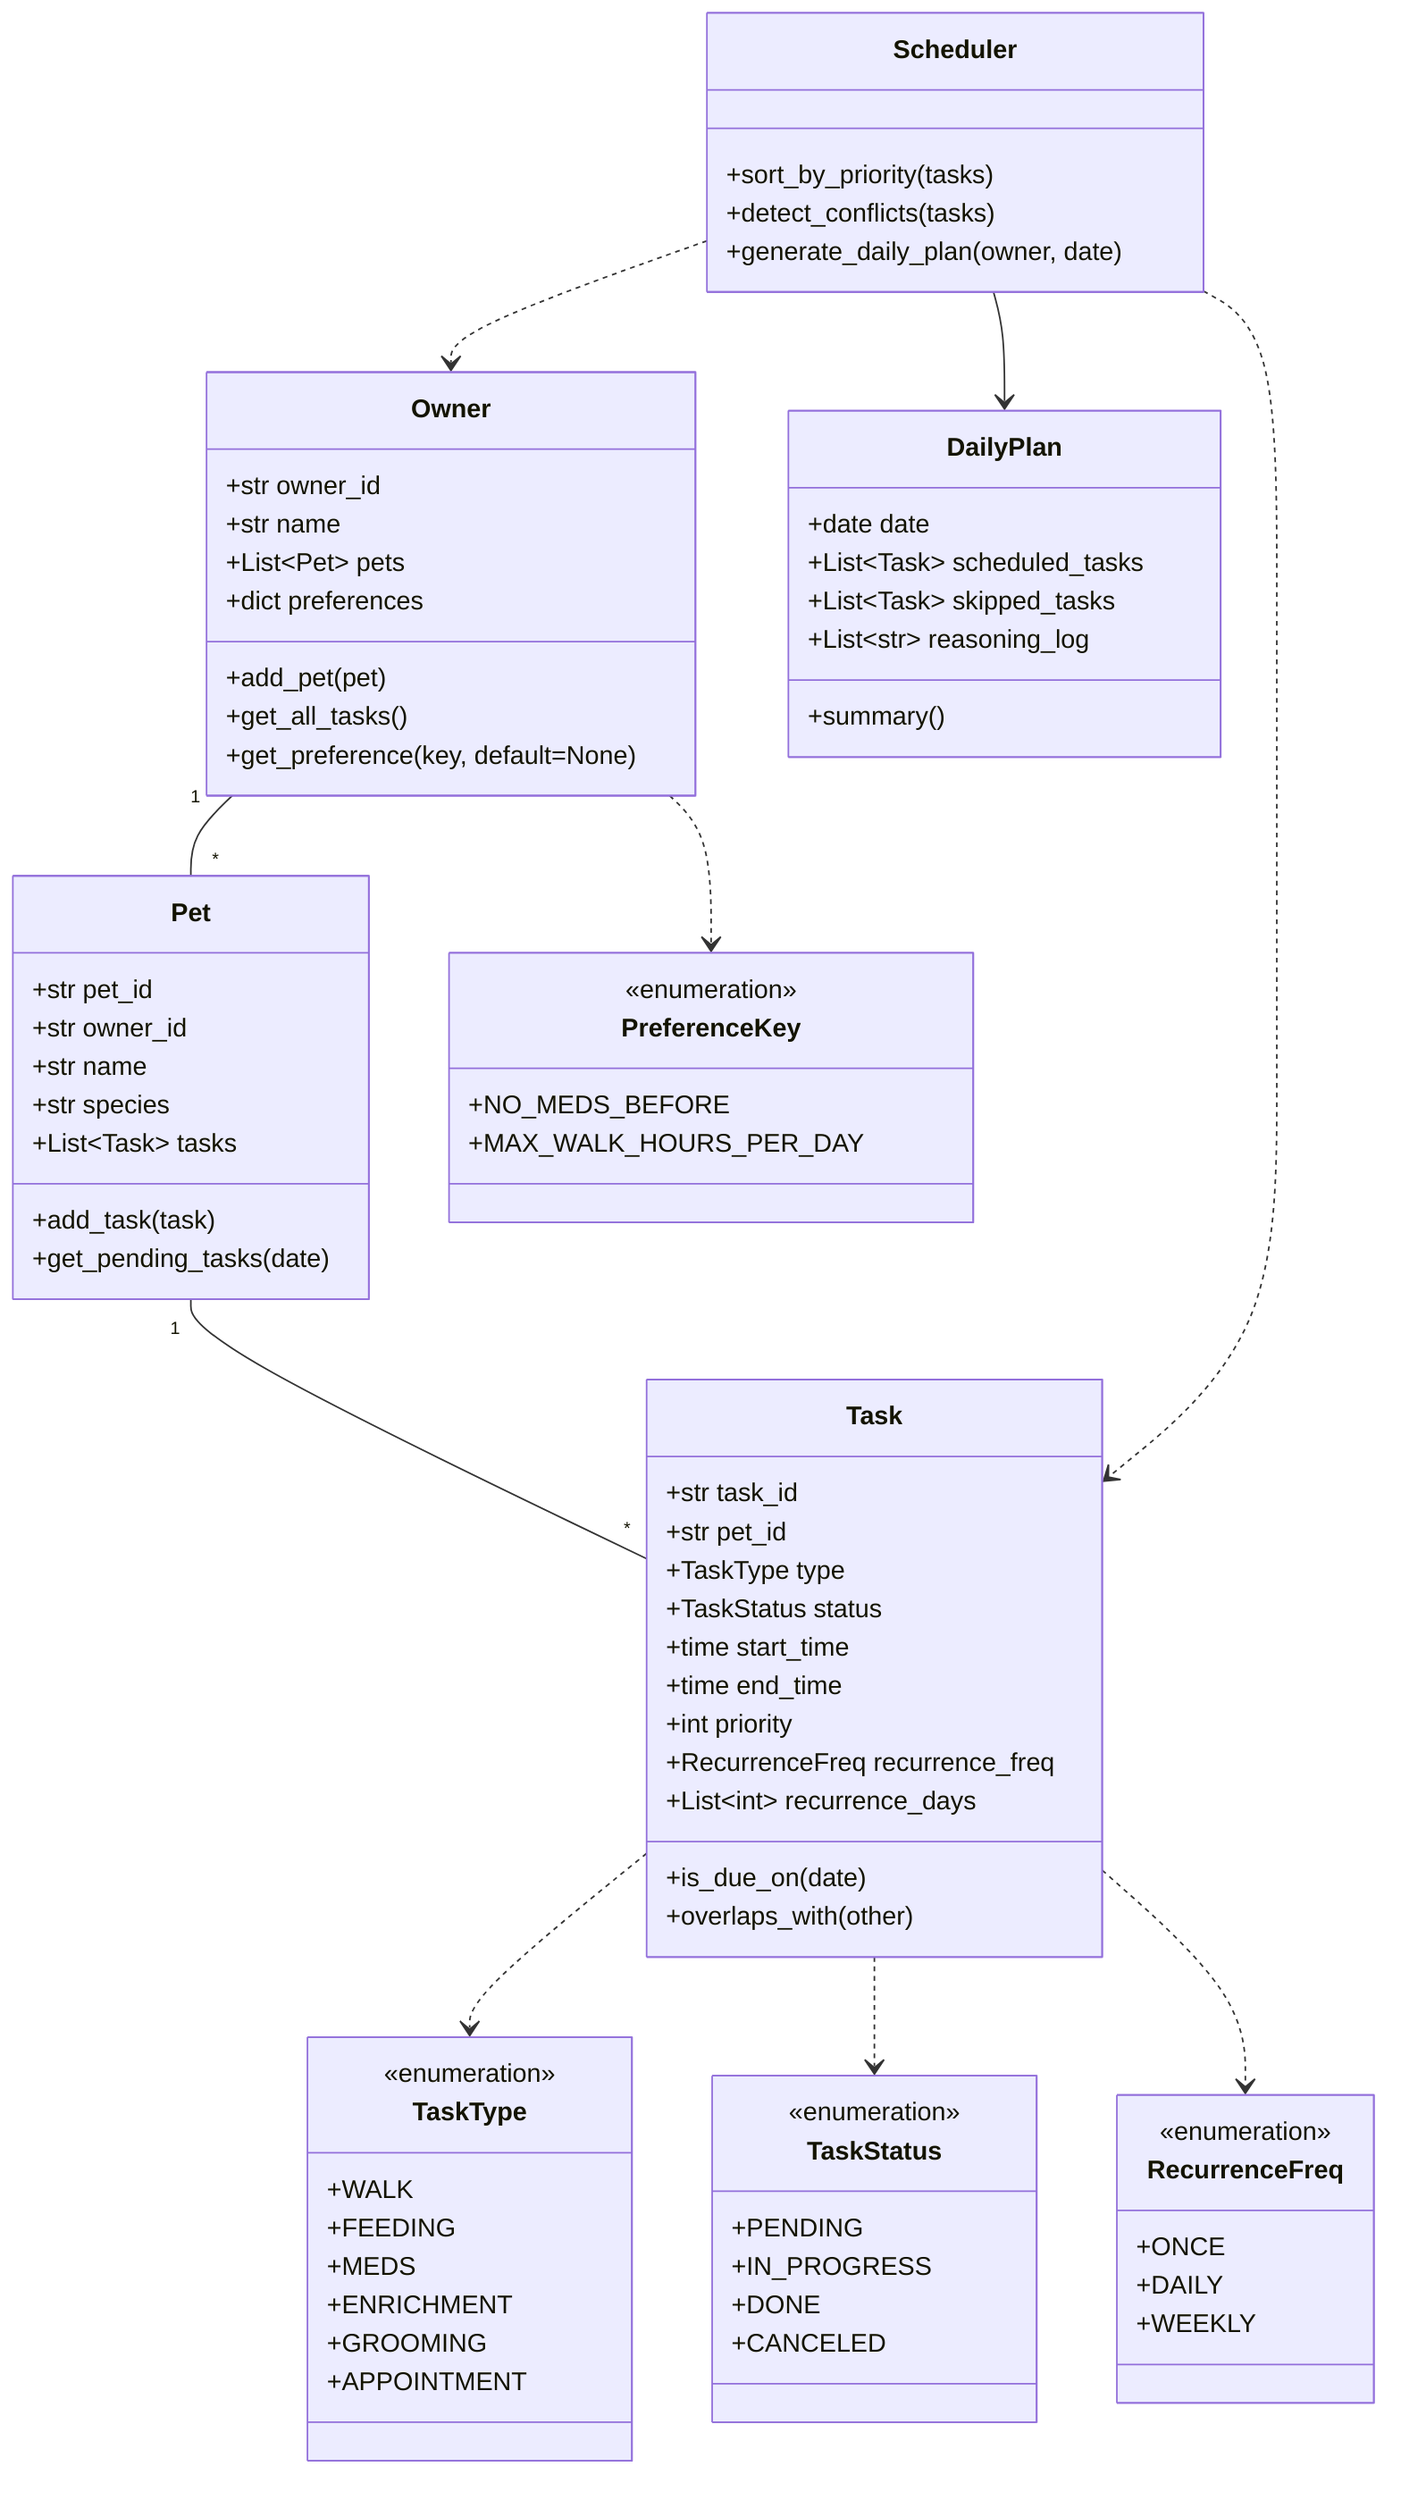
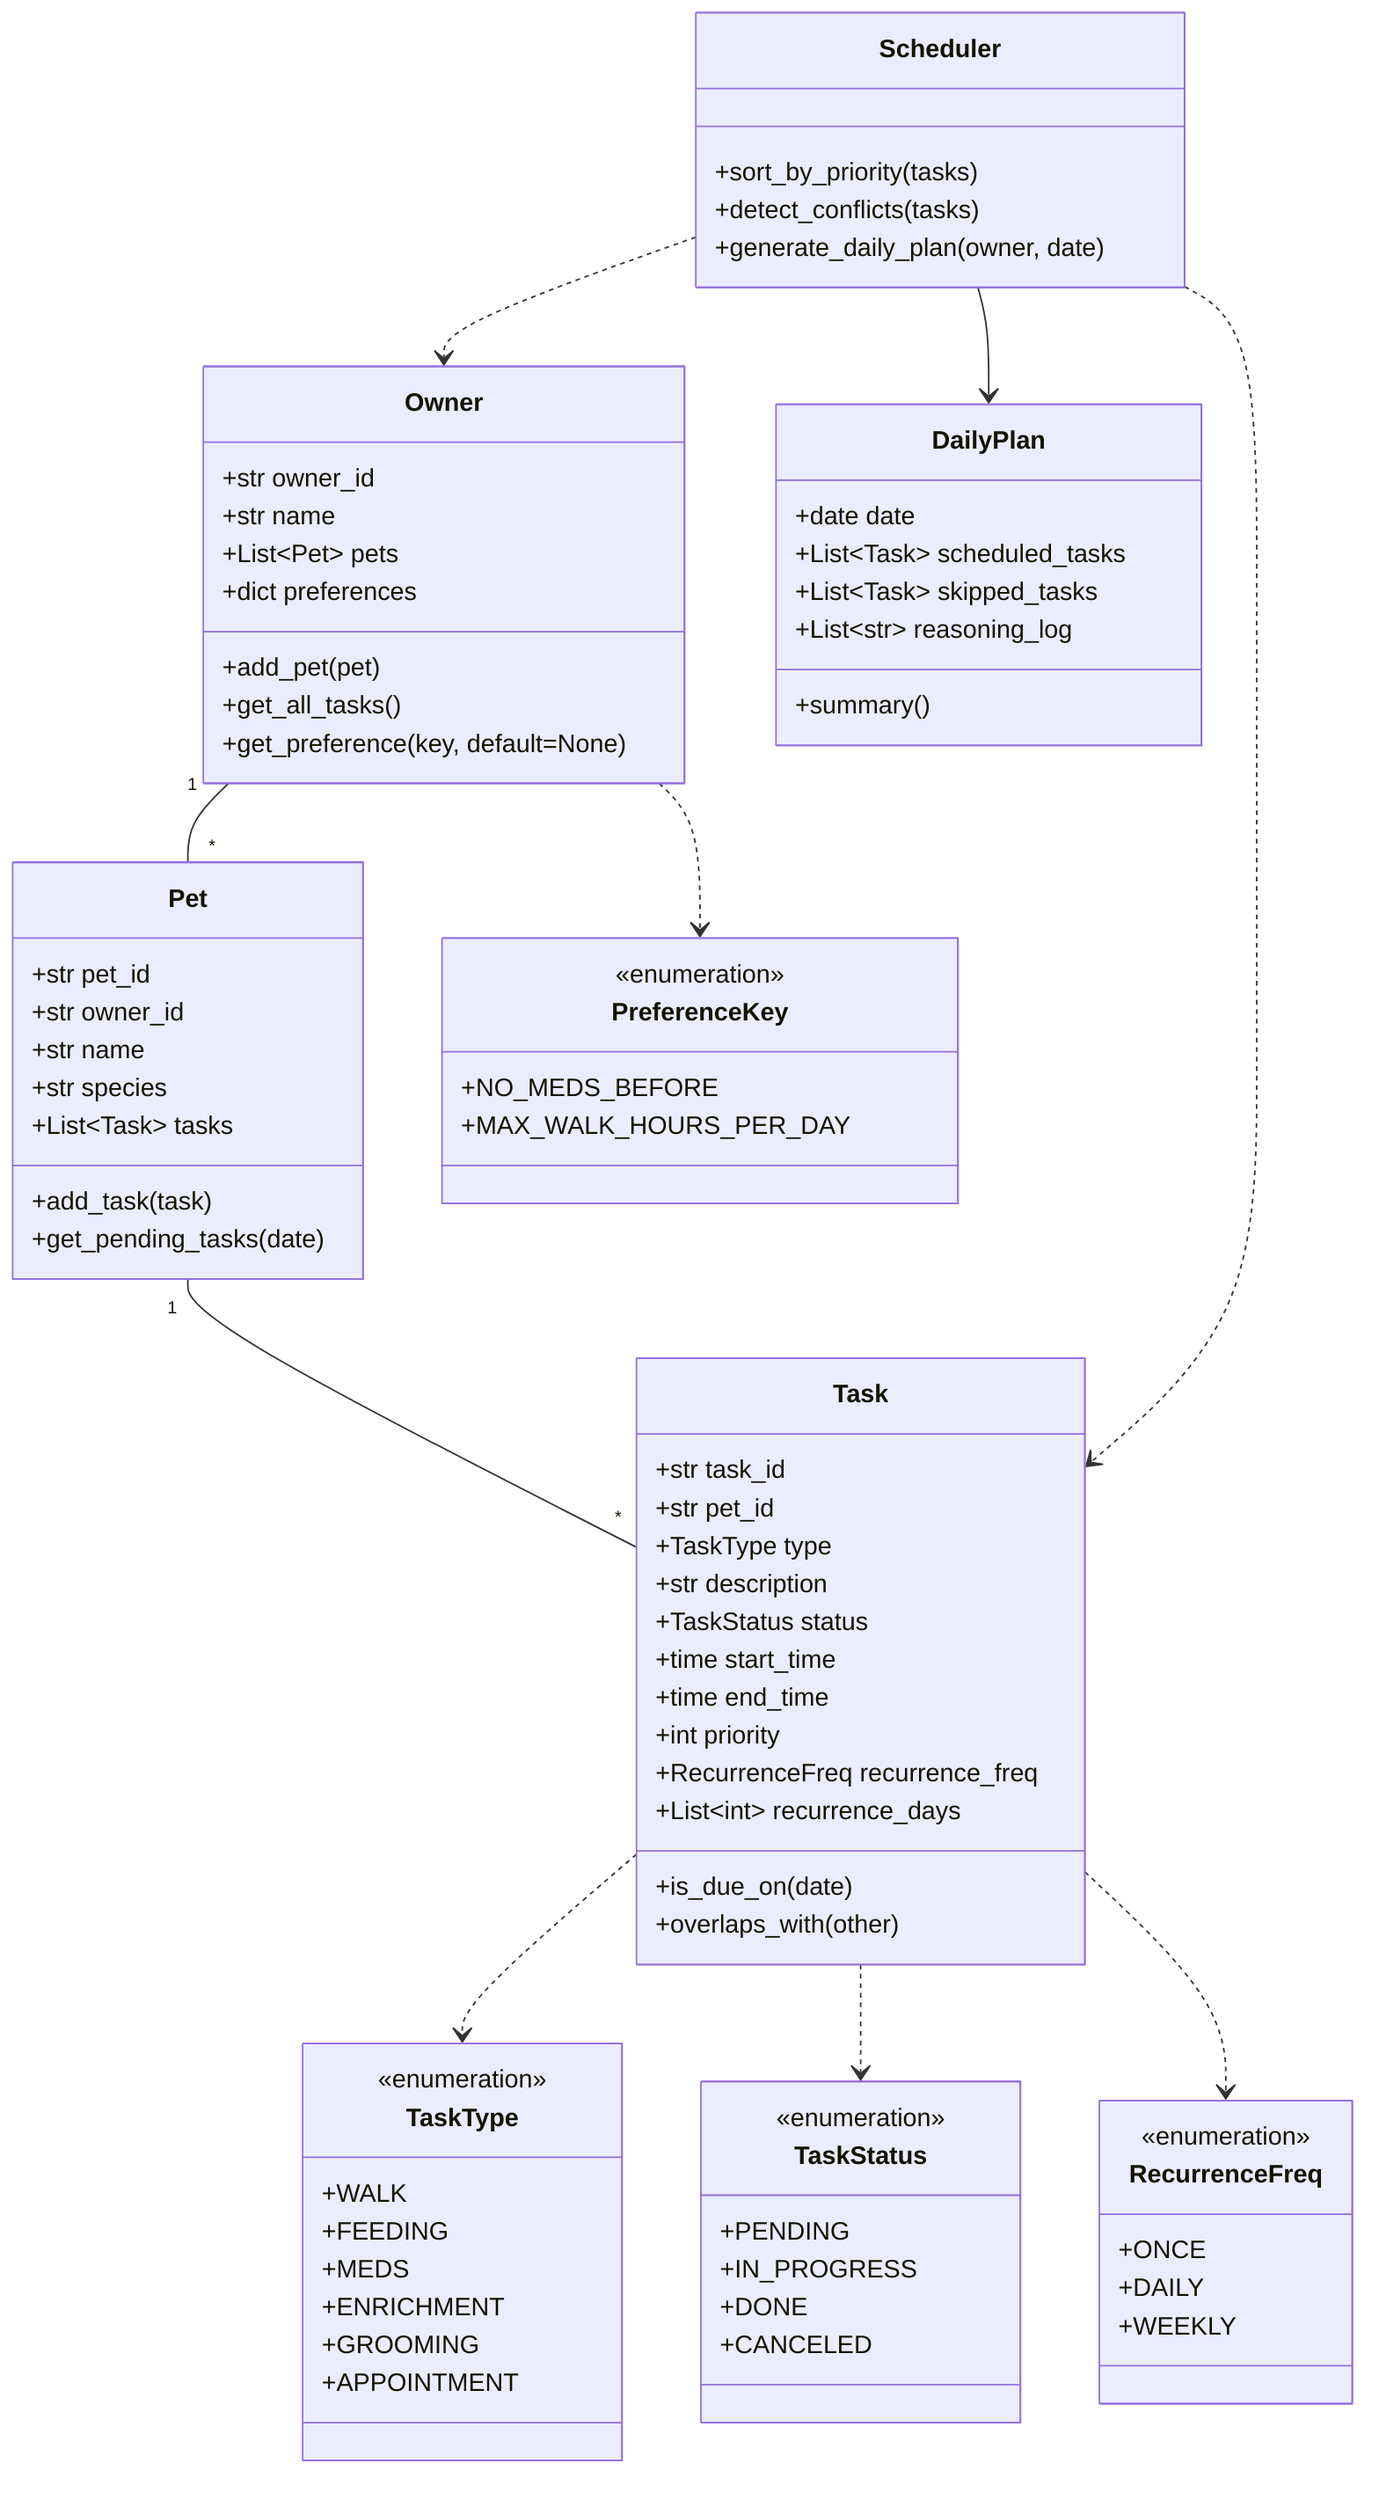
classDiagram
    class Owner {
        +str owner_id
        +str name
        +List~Pet~ pets
        +dict preferences
        +add_pet(pet)
        +get_all_tasks()
        +get_preference(key, default=None)
    }

    class Pet {
        +str pet_id
        +str owner_id
        +str name
        +str species
        +List~Task~ tasks
        +add_task(task)
        +get_pending_tasks(date)
    }

    class Task {
        +str task_id
        +str pet_id
        +TaskType type
+         +str description
        +TaskStatus status
        +time start_time
        +time end_time
        +int priority
        +RecurrenceFreq recurrence_freq
        +List~int~ recurrence_days
        +is_due_on(date)
        +overlaps_with(other)
    }

    class Scheduler {
        +sort_by_priority(tasks)
        +detect_conflicts(tasks)
        +generate_daily_plan(owner, date)
    }

    class DailyPlan {
        +date date
        +List~Task~ scheduled_tasks
        +List~Task~ skipped_tasks
        +List~str~ reasoning_log
        +summary()
    }

    class TaskType <<enumeration>> {
        +WALK
        +FEEDING
        +MEDS
        +ENRICHMENT
        +GROOMING
        +APPOINTMENT
    }

    class TaskStatus <<enumeration>> {
        +PENDING
        +IN_PROGRESS
        +DONE
        +CANCELED
    }

    class RecurrenceFreq <<enumeration>> {
        +ONCE
        +DAILY
        +WEEKLY
    }

    class PreferenceKey <<enumeration>> {
        +NO_MEDS_BEFORE
        +MAX_WALK_HOURS_PER_DAY
    }

    Owner "1" -- "*" Pet
    Pet "1" -- "*" Task
    Scheduler ..> Owner
    Scheduler ..> Task
    Scheduler --> DailyPlan
    Task ..> TaskType
    Task ..> TaskStatus
    Task ..> RecurrenceFreq
    Owner ..> PreferenceKey
